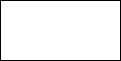
Earlier version of the draw.io export BigDataProject.drawio.png (UtsuroNoArashi/BigDataProject). Source tidied: cells renumbered, new cells last; positions are measured from the earlier drawing's top-left corner, leaving out a move shared by most shapes.
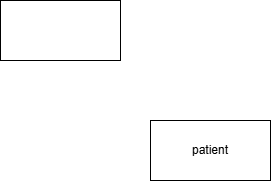
Above is the later version.

What changed in the source:
```diff
@@ -5,5 +5,8 @@
     <mxCell id="2" style="rounded=0;whiteSpace=wrap;html=1;" parent="1" vertex="1">
       <mxGeometry width="120" height="60" as="geometry" />
     </mxCell>
+    <mxCell id="3" value="patient" style="rounded=0;whiteSpace=wrap;html=1;" parent="1" vertex="1">
+      <mxGeometry x="150" y="120" width="120" height="60" as="geometry" />
+    </mxCell>
   </root>
 </mxGraphModel>
```
